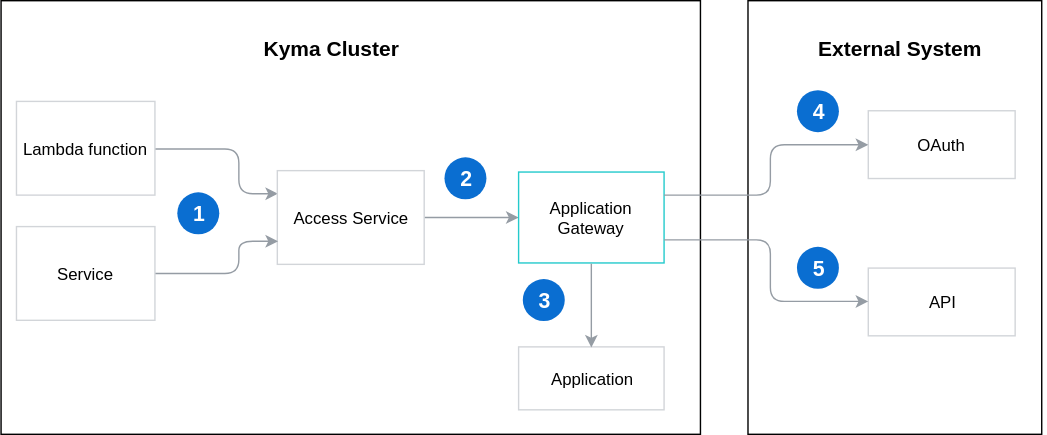
kyma-project/website keeps this draw.io diagram as content/docs/master/application-connector/docs/assets/003-architecture-proxy-service.svg. Above is the earlier version. Source tidied: cells renumbered, new cells last; positions are measured from the earlier drawing's top-left corner, leaving out a move shared by most shapes.
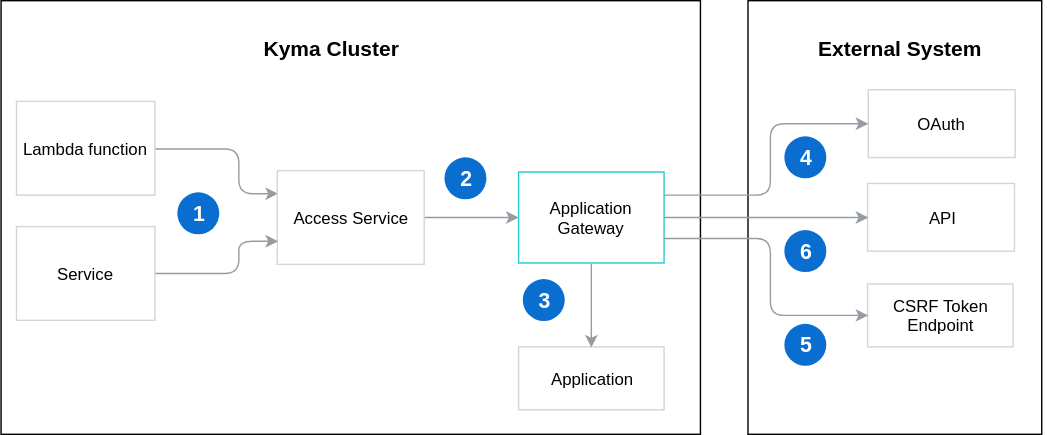
Later version of the same file.

What changed in the source:
```diff
@@ -9,20 +9,26 @@
       <mxGeometry width="210" height="310" as="geometry" />
     </mxCell>
     <mxCell id="4" value="OAuth" style="rounded=0;whiteSpace=wrap;html=1;strokeColor=#D2D5D9;" parent="2" vertex="1">
-      <mxGeometry x="86" y="78.7" width="105" height="48.4" as="geometry" />
+      <mxGeometry x="86" y="63.7" width="105" height="48.4" as="geometry" />
     </mxCell>
     <mxCell id="5" value="&lt;font style=&quot;font-size: 15px&quot;&gt;&lt;b&gt;External System&lt;/b&gt;&lt;/font&gt;" style="text;html=1;strokeColor=none;fillColor=none;align=center;verticalAlign=middle;whiteSpace=wrap;rounded=0;" parent="2" vertex="1">
       <mxGeometry x="2.5" y="21" width="210" height="26.9" as="geometry" />
     </mxCell>
     <mxCell id="6" value="API" style="rounded=0;whiteSpace=wrap;html=1;strokeColor=#D2D5D9;" parent="2" vertex="1">
-      <mxGeometry x="86" y="191.2" width="105" height="48.4" as="geometry" />
+      <mxGeometry x="85.5" y="130.7" width="105" height="48.4" as="geometry" />
     </mxCell>
     <mxCell id="7" value="&lt;h3&gt;&lt;font color=&quot;#ffffff&quot;&gt;4&lt;/font&gt;&lt;/h3&gt;" style="ellipse;whiteSpace=wrap;html=1;rounded=0;shadow=0;glass=0;comic=0;labelBackgroundColor=none;strokeColor=none;strokeWidth=1;fillColor=#0A6ED1;gradientColor=none;fontSize=13;fontColor=none;align=center;verticalAlign=middle;" parent="2" vertex="1">
-      <mxGeometry x="35" y="63.5" width="30" height="30" as="geometry" />
+      <mxGeometry x="26" y="97" width="30" height="30" as="geometry" />
     </mxCell>
-    <mxCell id="8" value="&lt;h3&gt;&lt;font color=&quot;#ffffff&quot;&gt;5&lt;/font&gt;&lt;/h3&gt;" style="ellipse;whiteSpace=wrap;html=1;rounded=0;shadow=0;glass=0;comic=0;labelBackgroundColor=none;strokeColor=none;strokeWidth=1;fillColor=#0A6ED1;gradientColor=none;fontSize=13;fontColor=none;align=center;verticalAlign=middle;" parent="2" vertex="1">
-      <mxGeometry x="35" y="176" width="30" height="30" as="geometry" />
+    <mxCell id="8" value="&lt;h3&gt;&lt;font color=&quot;#ffffff&quot;&gt;6&lt;/font&gt;&lt;/h3&gt;" style="ellipse;whiteSpace=wrap;html=1;rounded=0;shadow=0;glass=0;comic=0;labelBackgroundColor=none;strokeColor=none;strokeWidth=1;fillColor=#0A6ED1;gradientColor=none;fontSize=13;fontColor=none;align=center;verticalAlign=middle;" parent="2" vertex="1">
+      <mxGeometry x="26" y="164" width="30" height="30" as="geometry" />
     </mxCell>
+    <mxCell id="27" value="CSRF Token Endpoint" style="rounded=0;whiteSpace=wrap;html=1;strokeColor=#D2D5D9;" parent="2" vertex="1">
+      <mxGeometry x="85.5" y="202.5" width="104" height="45" as="geometry" />
+    </mxCell>
+    <mxCell id="28" value="&lt;h3&gt;&lt;font color=&quot;#ffffff&quot;&gt;5&lt;/font&gt;&lt;/h3&gt;" style="ellipse;whiteSpace=wrap;html=1;rounded=0;shadow=0;glass=0;comic=0;labelBackgroundColor=none;strokeColor=none;strokeWidth=1;fillColor=#0A6ED1;gradientColor=none;fontSize=13;fontColor=none;align=center;verticalAlign=middle;" parent="2" vertex="1">
+      <mxGeometry x="26" y="231" width="30" height="30" as="geometry" />
+    </mxCell>
     <mxCell id="9" style="group;fillColor=#ffffff;strokeColor=#D2D5D9;" parent="1" vertex="1">
       <mxGeometry width="500" height="310" as="geometry" />
     </mxCell>
@@ -85,17 +91,26 @@
       <mxGeometry relative="1" as="geometry">
         <Array as="points">
           <mxPoint x="550" y="139" />
-          <mxPoint x="550" y="103" />
+          <mxPoint x="550" y="88" />
         </Array>
       </mxGeometry>
     </mxCell>
-    <mxCell id="26" style="edgeStyle=orthogonalEdgeStyle;rounded=1;comic=0;html=1;exitX=1;exitY=0.75;entryX=0;entryY=0.5;jettySize=auto;strokeColor=#959CA4;" parent="1" edge="1" source="16" target="6">
+    <mxCell id="26" style="edgeStyle=orthogonalEdgeStyle;rounded=1;comic=0;html=1;entryX=0;entryY=0.5;jettySize=auto;strokeColor=#959CA4;exitX=1;exitY=0.5;exitDx=0;exitDy=0;" parent="1" edge="1" source="16" target="6">
       <mxGeometry relative="1" as="geometry">
         <Array as="points">
-          <mxPoint x="550" y="171" />
-          <mxPoint x="550" y="215" />
+          <mxPoint x="600" y="155" />
+          <mxPoint x="600" y="155" />
         </Array>
       </mxGeometry>
     </mxCell>
+    <mxCell id="29" style="edgeStyle=orthogonalEdgeStyle;rounded=1;comic=0;html=1;entryX=0;entryY=0.5;jettySize=auto;strokeColor=#959CA4;exitX=1;exitY=0.5;exitDx=0;exitDy=0;entryDx=0;entryDy=0;" parent="1" edge="1" target="27">
+      <mxGeometry relative="1" as="geometry">
+        <mxPoint x="474.3" y="170" as="sourcePoint" />
+        <Array as="points">
+          <mxPoint x="550" y="170" />
+          <mxPoint x="550" y="225" />
+        </Array>
+      </mxGeometry>
+    </mxCell>
   </root>
 </mxGraphModel>
```
